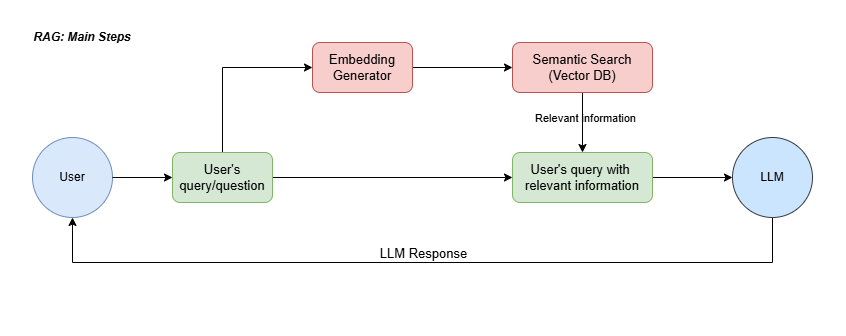
This is docs/images/RAG-LLM-steps.png from EmmanuelMald/RAG-LLM-Energy-Expert, a draw.io export, as it was before one commit. Source tidied: cells renumbered, new cells last; positions are measured from the earlier drawing's top-left corner, leaving out a move shared by most shapes.
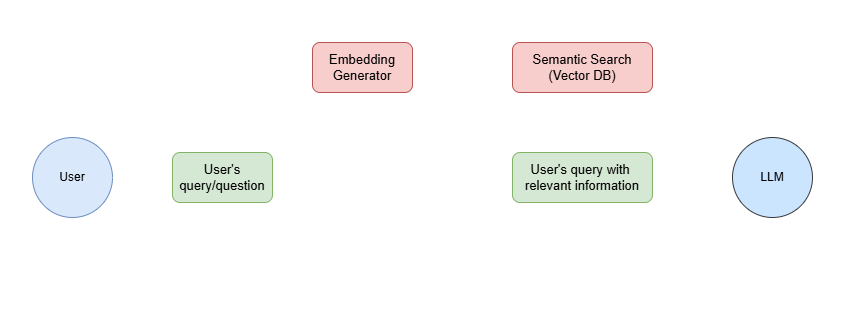
Above is the later version.

Commit message:
Modify the diagram of the RAG main steps

Diff of the diagram source:
```diff
@@ -5,31 +5,31 @@
     <mxCell id="2" style="rounded=1;whiteSpace=wrap;html=1;fillColor=none;dashed=1;dashPattern=8 8;strokeColor=light-dark(#FFFFFF,#EDEDED);strokeWidth=3;" parent="1" vertex="1">
       <mxGeometry width="840" height="330" as="geometry" />
     </mxCell>
-    <mxCell id="3" style="edgeStyle=orthogonalEdgeStyle;rounded=0;jettySize=auto;html=1;exitX=1;exitY=0.5;exitDx=0;exitDy=0;" parent="1" edge="1" source="17" target="10">
+    <mxCell id="3" style="edgeStyle=orthogonalEdgeStyle;rounded=0;jettySize=auto;html=1;exitX=1;exitY=0.5;exitDx=0;exitDy=0;fontColor=#FFFFFF;strokeColor=#FFFFFF;" parent="1" edge="1" source="17" target="10">
       <mxGeometry relative="1" as="geometry" />
     </mxCell>
-    <mxCell id="4" style="edgeStyle=orthogonalEdgeStyle;rounded=0;jettySize=auto;html=1;entryX=0;entryY=0.5;entryDx=0;entryDy=0;" parent="1" edge="1" source="5" target="8">
+    <mxCell id="4" style="edgeStyle=orthogonalEdgeStyle;rounded=0;jettySize=auto;html=1;entryX=0;entryY=0.5;entryDx=0;entryDy=0;fontColor=#FFFFFF;strokeColor=#FFFFFF;" parent="1" edge="1" source="5" target="8">
       <mxGeometry relative="1" as="geometry" />
     </mxCell>
     <mxCell id="5" value="Embedding Generator" style="rounded=1;whiteSpace=wrap;html=1;fillColor=#f8cecc;strokeColor=#b85450;fontSize=13;" parent="1" vertex="1">
       <mxGeometry x="310" y="40" width="100" height="50" as="geometry" />
     </mxCell>
-    <mxCell id="6" style="edgeStyle=orthogonalEdgeStyle;rounded=0;jettySize=auto;html=1;" parent="1" edge="1" source="8" target="10">
+    <mxCell id="6" style="edgeStyle=orthogonalEdgeStyle;rounded=0;jettySize=auto;html=1;fontColor=#FFFFFF;strokeColor=#FFFFFF;" parent="1" edge="1" source="8" target="10">
       <mxGeometry relative="1" as="geometry" />
     </mxCell>
-    <mxCell id="7" value="Relevant information" style="edgeLabel;html=1;align=center;verticalAlign=middle;labelBackgroundColor=none;" parent="6" vertex="1">
+    <mxCell id="7" value="Relevant information" style="edgeLabel;html=1;align=center;verticalAlign=middle;labelBackgroundColor=none;fontColor=#FFFFFF;" parent="6" vertex="1">
       <mxGeometry x="-0.15" y="2" relative="1" as="geometry" />
     </mxCell>
     <mxCell id="8" value="Semantic&amp;nbsp;&lt;span style=&quot;background-color: transparent; color: light-dark(rgb(0, 0, 0), rgb(255, 255, 255));&quot;&gt;Search&lt;/span&gt;&lt;div&gt;(Vector DB)&lt;/div&gt;" style="rounded=1;whiteSpace=wrap;html=1;fillColor=#f8cecc;strokeColor=#b85450;fontSize=13;" parent="1" vertex="1">
       <mxGeometry x="510" y="40" width="140" height="50" as="geometry" />
     </mxCell>
-    <mxCell id="9" style="edgeStyle=orthogonalEdgeStyle;rounded=0;jettySize=auto;html=1;" parent="1" edge="1" source="10" target="13">
+    <mxCell id="9" style="edgeStyle=orthogonalEdgeStyle;rounded=0;jettySize=auto;html=1;fontColor=#FFFFFF;strokeColor=#FFFFFF;" parent="1" edge="1" source="10" target="13">
       <mxGeometry relative="1" as="geometry" />
     </mxCell>
     <mxCell id="10" value="User's query with&amp;nbsp;&lt;div&gt;relevant information&lt;/div&gt;" style="rounded=1;whiteSpace=wrap;html=1;fontSize=13;fillColor=#d5e8d4;strokeColor=#82b366;" parent="1" vertex="1">
       <mxGeometry x="510" y="150" width="140" height="50" as="geometry" />
     </mxCell>
-    <mxCell id="11" style="edgeStyle=orthogonalEdgeStyle;rounded=0;jettySize=auto;html=1;entryX=0.5;entryY=1;entryDx=0;entryDy=0;" parent="1" edge="1" source="13" target="14">
+    <mxCell id="11" style="edgeStyle=orthogonalEdgeStyle;rounded=0;jettySize=auto;html=1;entryX=0.5;entryY=1;entryDx=0;entryDy=0;fontColor=#FFFFFF;strokeColor=#FFFFFF;" parent="1" edge="1" source="13" target="14">
       <mxGeometry relative="1" as="geometry">
         <Array as="points">
           <mxPoint x="770" y="260" />
@@ -37,7 +37,7 @@
         </Array>
       </mxGeometry>
     </mxCell>
-    <mxCell id="12" value="LLM Response" style="edgeLabel;html=1;align=center;verticalAlign=middle;fontSize=13;labelBackgroundColor=none;" parent="11" vertex="1">
+    <mxCell id="12" value="LLM Response" style="edgeLabel;html=1;align=center;verticalAlign=middle;fontSize=13;labelBackgroundColor=none;fontColor=#FFFFFF;" parent="11" vertex="1">
       <mxGeometry x="-0.19" y="2" relative="1" as="geometry">
         <mxPoint x="-76" y="-12" as="offset" />
       </mxGeometry>
@@ -48,10 +48,10 @@
     <mxCell id="14" value="User" style="ellipse;whiteSpace=wrap;html=1;fillColor=#dae8fc;strokeColor=#6c8ebf;" parent="1" vertex="1">
       <mxGeometry x="30" y="135" width="80" height="80" as="geometry" />
     </mxCell>
-    <mxCell id="15" style="edgeStyle=orthogonalEdgeStyle;rounded=0;jettySize=auto;html=1;exitX=1;exitY=0.5;exitDx=0;exitDy=0;" parent="1" edge="1" source="14" target="17">
+    <mxCell id="15" style="edgeStyle=orthogonalEdgeStyle;rounded=0;jettySize=auto;html=1;exitX=1;exitY=0.5;exitDx=0;exitDy=0;fontColor=#FFFFFF;strokeColor=#FFFFFF;" parent="1" edge="1" source="14" target="17">
       <mxGeometry relative="1" as="geometry" />
     </mxCell>
-    <mxCell id="16" style="edgeStyle=orthogonalEdgeStyle;rounded=0;jettySize=auto;html=1;entryX=0;entryY=0.5;entryDx=0;entryDy=0;" parent="1" edge="1" source="17" target="5">
+    <mxCell id="16" style="edgeStyle=orthogonalEdgeStyle;rounded=0;jettySize=auto;html=1;entryX=0;entryY=0.5;entryDx=0;entryDy=0;fontColor=#FFFFFF;strokeColor=#FFFFFF;" parent="1" edge="1" source="17" target="5">
       <mxGeometry relative="1" as="geometry">
         <Array as="points">
           <mxPoint x="220" y="65" />
@@ -61,7 +61,7 @@
     <mxCell id="17" value="User's query/question" style="rounded=1;whiteSpace=wrap;html=1;fillColor=#d5e8d4;strokeColor=#82b366;fontSize=13;" parent="1" vertex="1">
       <mxGeometry x="170" y="150" width="100" height="50" as="geometry" />
     </mxCell>
-    <mxCell id="18" value="RAG: Main Steps" style="text;html=1;align=center;verticalAlign=middle;whiteSpace=wrap;rounded=0;fontStyle=3;" parent="1" vertex="1">
+    <mxCell id="18" value="RAG: Main Steps" style="text;html=1;align=center;verticalAlign=middle;whiteSpace=wrap;rounded=0;fontStyle=3;fontColor=#FFFFFF;" parent="1" vertex="1">
       <mxGeometry x="30" y="20" width="100" height="30" as="geometry" />
     </mxCell>
   </root>
```
